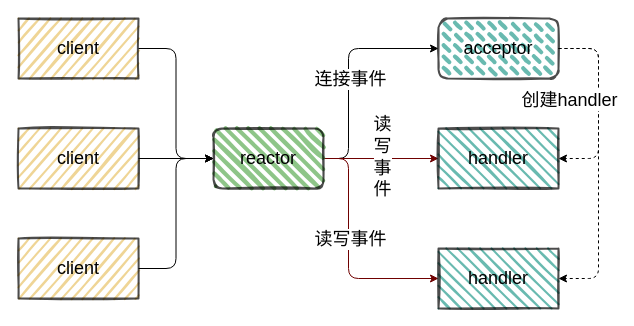
The draw.io diagram page "reactor" (1 of 29) of redis/redis.drawio in boilingfrog/Go-POINT, before the edit. Source tidied: cells renumbered, new cells numbered last; positions are measured from the earlier drawing's top-left corner, leaving out a move shared by most shapes. Both pictures are drawn from the tidied source at 100%, with x=0, y=0 at pixel (18, 18).
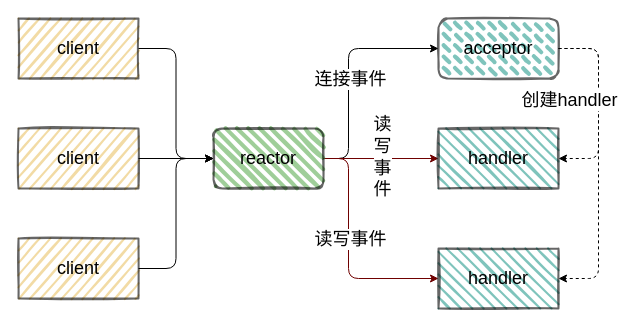
Above is the later version.

What changed in the source:
```diff
@@
-    <mxCell id="3" value="&lt;font style=&quot;font-size: 18px&quot;&gt;client&lt;/font&gt;" style="rounded=0;whiteSpace=wrap;html=1;fontFamily=Helvetica;fontSize=12;fontColor=default;strokeColor=default;fillColor=#E9C46A;strokeWidth=2;fillWeight=2;hachureGap=8;fillStyle=dots;sketch=1;opacity=70;" parent="1" vertex="1">
+    <mxCell id="3" value="&lt;font style=&quot;font-size: 18px&quot;&gt;client&lt;/font&gt;" style="rounded=0;whiteSpace=wrap;html=1;fontFamily=Helvetica;fontSize=12;fontColor=default;strokeColor=default;fillColor=#E9C46A;strokeWidth=2;fillWeight=2;hachureGap=8;fillStyle=dots;sketch=1;opacity=60;" parent="1" vertex="1">
       <mxGeometry width="120" height="60" as="geometry" />
     </mxCell>
@@
-    <mxCell id="10" value="&lt;font style=&quot;font-size: 18px&quot;&gt;reactor&lt;/font&gt;" style="rounded=1;whiteSpace=wrap;html=1;strokeWidth=2;fillWeight=4;hachureGap=8;hachureAngle=45;fillColor=#5FAD56;sketch=1;fontSize=16;opacity=70;" parent="1" vertex="1">
+    <mxCell id="10" value="&lt;font style=&quot;font-size: 18px&quot;&gt;reactor&lt;/font&gt;" style="rounded=1;whiteSpace=wrap;html=1;strokeWidth=2;fillWeight=4;hachureGap=8;hachureAngle=45;fillColor=#5FAD56;sketch=1;fontSize=16;opacity=60;" parent="1" vertex="1">
       <mxGeometry x="195" y="110" width="110" height="60" as="geometry" />
     </mxCell>
@@
-    <mxCell id="14" value="&lt;font style=&quot;font-size: 18px&quot;&gt;acceptor&lt;/font&gt;" style="rounded=1;whiteSpace=wrap;html=1;fontFamily=Helvetica;fontSize=16;fontColor=default;strokeColor=default;fillColor=#2A9D8F;strokeWidth=2;fillWeight=4;hachureGap=8;fillStyle=dashed;sketch=1;hachureAngle=45;opacity=70;" parent="1" vertex="1">
+    <mxCell id="14" value="&lt;font style=&quot;font-size: 18px&quot;&gt;acceptor&lt;/font&gt;" style="rounded=1;whiteSpace=wrap;html=1;fontFamily=Helvetica;fontSize=16;fontColor=default;strokeColor=default;fillColor=#2A9D8F;strokeWidth=2;fillWeight=4;hachureGap=8;fillStyle=dashed;sketch=1;hachureAngle=45;opacity=60;" parent="1" vertex="1">
       <mxGeometry x="420" width="120" height="60" as="geometry" />
     </mxCell>
-    <mxCell id="15" value="&lt;font style=&quot;font-size: 18px&quot;&gt;handler&lt;/font&gt;" style="rounded=0;whiteSpace=wrap;html=1;fontFamily=Helvetica;fontSize=12;fontColor=default;strokeColor=default;fillColor=#2A9D8F;strokeWidth=2;fillWeight=2;hachureGap=8;fillStyle=dots;sketch=1;hachureAngle=45;opacity=70;" parent="1" vertex="1">
+    <mxCell id="15" value="&lt;font style=&quot;font-size: 18px&quot;&gt;handler&lt;/font&gt;" style="rounded=0;whiteSpace=wrap;html=1;fontFamily=Helvetica;fontSize=12;fontColor=default;strokeColor=default;fillColor=#2A9D8F;strokeWidth=2;fillWeight=2;hachureGap=8;fillStyle=dots;sketch=1;hachureAngle=45;opacity=60;" parent="1" vertex="1">
       <mxGeometry x="420" y="110" width="120" height="60" as="geometry" />
     </mxCell>
-    <mxCell id="16" value="&lt;font style=&quot;font-size: 18px&quot;&gt;handler&lt;/font&gt;" style="rounded=0;whiteSpace=wrap;html=1;fontFamily=Helvetica;fontSize=12;fontColor=default;strokeColor=default;fillColor=#2A9D8F;strokeWidth=2;fillWeight=2;hachureGap=8;fillStyle=dots;sketch=1;hachureAngle=45;opacity=70;" parent="1" vertex="1">
+    <mxCell id="16" value="&lt;font style=&quot;font-size: 18px&quot;&gt;handler&lt;/font&gt;" style="rounded=0;whiteSpace=wrap;html=1;fontFamily=Helvetica;fontSize=12;fontColor=default;strokeColor=default;fillColor=#2A9D8F;strokeWidth=2;fillWeight=2;hachureGap=8;fillStyle=dots;sketch=1;hachureAngle=45;opacity=60;" parent="1" vertex="1">
       <mxGeometry x="420" y="230" width="120" height="60" as="geometry" />
     </mxCell>
@@
-    <mxCell id="18" value="&lt;font style=&quot;font-size: 18px&quot;&gt;client&lt;/font&gt;" style="rounded=0;whiteSpace=wrap;html=1;fontFamily=Helvetica;fontSize=12;fontColor=default;strokeColor=default;fillColor=#E9C46A;strokeWidth=2;fillWeight=2;hachureGap=8;fillStyle=dots;sketch=1;opacity=70;" parent="1" vertex="1">
+    <mxCell id="18" value="&lt;font style=&quot;font-size: 18px&quot;&gt;client&lt;/font&gt;" style="rounded=0;whiteSpace=wrap;html=1;fontFamily=Helvetica;fontSize=12;fontColor=default;strokeColor=default;fillColor=#E9C46A;strokeWidth=2;fillWeight=2;hachureGap=8;fillStyle=dots;sketch=1;opacity=60;" parent="1" vertex="1">
       <mxGeometry y="110" width="120" height="60" as="geometry" />
     </mxCell>
@@
-    <mxCell id="20" value="&lt;font style=&quot;font-size: 18px&quot;&gt;client&lt;/font&gt;" style="rounded=0;whiteSpace=wrap;html=1;fontFamily=Helvetica;fontSize=12;fontColor=default;strokeColor=default;fillColor=#E9C46A;strokeWidth=2;fillWeight=2;hachureGap=8;fillStyle=dots;sketch=1;opacity=70;" parent="1" vertex="1">
+    <mxCell id="20" value="&lt;font style=&quot;font-size: 18px&quot;&gt;client&lt;/font&gt;" style="rounded=0;whiteSpace=wrap;html=1;fontFamily=Helvetica;fontSize=12;fontColor=default;strokeColor=default;fillColor=#E9C46A;strokeWidth=2;fillWeight=2;hachureGap=8;fillStyle=dots;sketch=1;opacity=60;" parent="1" vertex="1">
       <mxGeometry y="220" width="120" height="60" as="geometry" />
     </mxCell>
```
